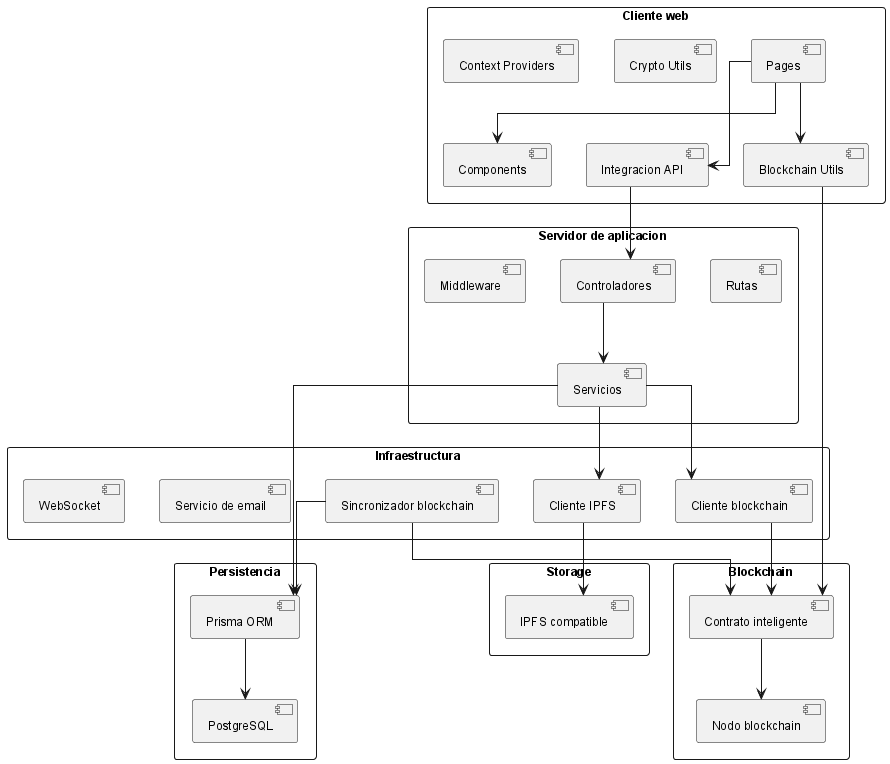
ErDeivih/DocumentChain keeps this PlantUML diagram as anexos/diagramas/package-diagram.png. Above is the earlier version. Its diagram source:
```plantuml
@startuml
!include _structure-style.puml
package "Cliente web" {
    [Pages]
    [Components]
    [Integracion API]
    [Crypto Utils]
    [Blockchain Utils]
    [Context Providers]
}

package "Servidor de aplicacion" {
    [Rutas]
    [Controladores]
    [Servicios]
    [Middleware]
}

package "Persistencia" {
    [Prisma ORM]
    [PostgreSQL]
}

package "Infraestructura" {
    [Cliente IPFS]
    [Cliente blockchain]
    [Sincronizador blockchain]
    [Servicio de email]
    [WebSocket]
}

package "Blockchain" {
    [Contrato inteligente]
    [Nodo blockchain]
}

package "Storage" {
    [IPFS compatible]
}

[Pages] --> [Components]
[Pages] --> [Integracion API]
[Pages] --> [Blockchain Utils]
[Integracion API] --> [Controladores]
[Blockchain Utils] --> [Contrato inteligente]
[Controladores] --> [Servicios]
[Servicios] --> [Prisma ORM]
[Servicios] --> [Cliente IPFS]
[Servicios] --> [Cliente blockchain]
[Prisma ORM] --> [PostgreSQL]
[Cliente IPFS] --> [IPFS compatible]
[Cliente blockchain] --> [Contrato inteligente]
[Contrato inteligente] --> [Nodo blockchain]
[Sincronizador blockchain] --> [Contrato inteligente]
[Sincronizador blockchain] --> [Prisma ORM]
@enduml
```
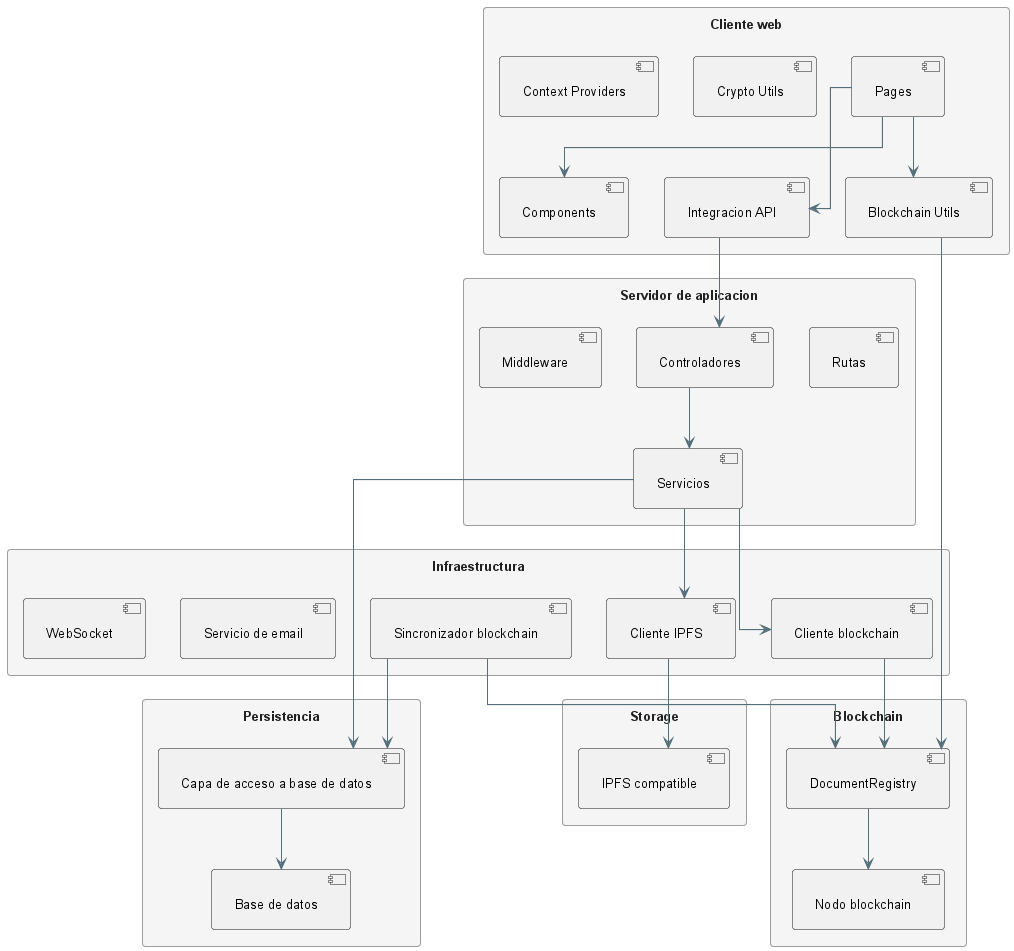
Later version of the same file.

What changed in the source:
```diff
@@ -1,4 +1,4 @@
-@startuml
+@startuml package-diagram
 !include _structure-style.puml
 package "Cliente web" {
     [Pages]
@@ -17,8 +17,8 @@
 }
 
 package "Persistencia" {
-    [Prisma ORM]
-    [PostgreSQL]
+    [Capa de acceso a base de datos]
+    [Base de datos]
 }
 
 package "Infraestructura" {
@@ -30,7 +30,7 @@
 }
 
 package "Blockchain" {
-    [Contrato inteligente]
+    [DocumentRegistry]
     [Nodo blockchain]
 }
 
@@ -42,15 +42,15 @@
 [Pages] --> [Integracion API]
 [Pages] --> [Blockchain Utils]
 [Integracion API] --> [Controladores]
-[Blockchain Utils] --> [Contrato inteligente]
+[Blockchain Utils] --> [DocumentRegistry]
 [Controladores] --> [Servicios]
-[Servicios] --> [Prisma ORM]
+[Servicios] --> [Capa de acceso a base de datos]
 [Servicios] --> [Cliente IPFS]
 [Servicios] --> [Cliente blockchain]
-[Prisma ORM] --> [PostgreSQL]
+[Capa de acceso a base de datos] --> [Base de datos]
 [Cliente IPFS] --> [IPFS compatible]
-[Cliente blockchain] --> [Contrato inteligente]
-[Contrato inteligente] --> [Nodo blockchain]
-[Sincronizador blockchain] --> [Contrato inteligente]
-[Sincronizador blockchain] --> [Prisma ORM]
+[Cliente blockchain] --> [DocumentRegistry]
+[DocumentRegistry] --> [Nodo blockchain]
+[Sincronizador blockchain] --> [DocumentRegistry]
+[Sincronizador blockchain] --> [Capa de acceso a base de datos]
 @enduml
```
